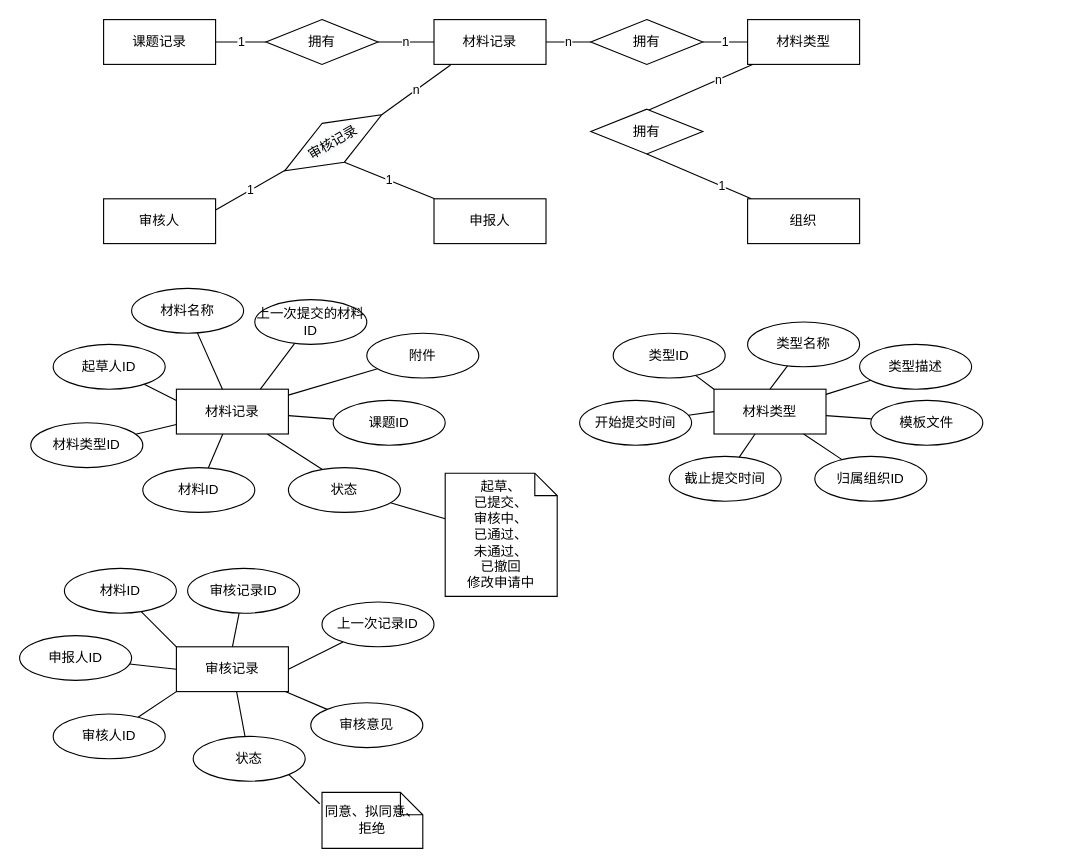
FdfGithub/drawio keeps this draw.io diagram as page "材料服务" (4 of 6) of 毕设管理系统/ER模型图.drawio. Above is the earlier version. Source tidied: cells renumbered, new cells numbered last; positions are measured from the earlier drawing's top-left corner, leaving out a move shared by most shapes. Both pictures are drawn from the tidied source at 112%, with x=0, y=0 at pixel (19, 19).
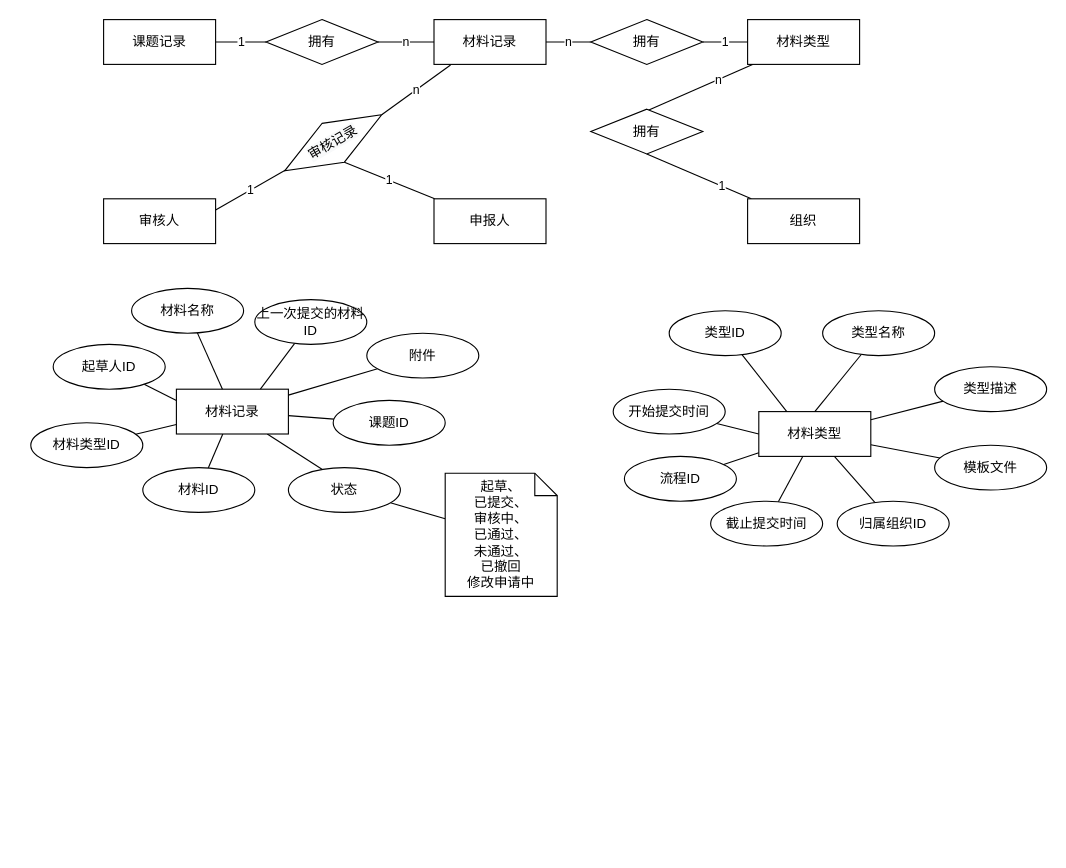
The same page after the edit.

Diff of the diagram source:
```diff
@@
     <mxCell id="22" value="材料类型" style="whiteSpace=wrap;html=1;align=center;" parent="1" vertex="1">
-      <mxGeometry x="620" y="330" width="100" height="40" as="geometry" />
+      <mxGeometry x="660" y="350" width="100" height="40" as="geometry" />
     </mxCell>
-    <mxCell id="23" style="edgeStyle=none;rounded=0;jettySize=auto;html=1;entryX=0;entryY=0;entryDx=0;entryDy=0;endArrow=none;endFill=0;" parent="1" edge="1" source="24" target="22">
+    <mxCell id="23" style="edgeStyle=none;rounded=0;jettySize=auto;html=1;entryX=0.25;entryY=0;entryDx=0;entryDy=0;endArrow=none;endFill=0;" parent="1" edge="1" source="24" target="22">
       <mxGeometry relative="1" as="geometry" />
     </mxCell>
     <mxCell id="24" value="类型ID" style="ellipse;whiteSpace=wrap;html=1;align=center;" parent="1" vertex="1">
-      <mxGeometry x="530" y="280" width="100" height="40" as="geometry" />
+      <mxGeometry x="580" y="260" width="100" height="40" as="geometry" />
     </mxCell>
@@
     <mxCell id="27" value="类型名称" style="ellipse;whiteSpace=wrap;html=1;align=center;" parent="1" vertex="1">
-      <mxGeometry x="650" y="270" width="100" height="40" as="geometry" />
+      <mxGeometry x="717" y="260" width="100" height="40" as="geometry" />
     </mxCell>
@@
     <mxCell id="29" value="类型描述" style="ellipse;whiteSpace=wrap;html=1;align=center;" parent="1" vertex="1">
-      <mxGeometry x="750" y="290" width="100" height="40" as="geometry" />
+      <mxGeometry x="817" y="310" width="100" height="40" as="geometry" />
     </mxCell>
@@
     <mxCell id="31" value="开始提交时间" style="ellipse;whiteSpace=wrap;html=1;align=center;" parent="1" vertex="1">
-      <mxGeometry x="500" y="340" width="100" height="40" as="geometry" />
+      <mxGeometry x="530" y="330" width="100" height="40" as="geometry" />
     </mxCell>
@@
     <mxCell id="33" value="截止提交时间" style="ellipse;whiteSpace=wrap;html=1;align=center;" parent="1" vertex="1">
-      <mxGeometry x="580" y="390" width="100" height="40" as="geometry" />
+      <mxGeometry x="617" y="430" width="100" height="40" as="geometry" />
     </mxCell>
@@
     <mxCell id="35" value="归属组织ID" style="ellipse;whiteSpace=wrap;html=1;align=center;" parent="1" vertex="1">
-      <mxGeometry x="710" y="390" width="100" height="40" as="geometry" />
+      <mxGeometry x="730" y="430" width="100" height="40" as="geometry" />
     </mxCell>
-    <mxCell id="36" style="edgeStyle=none;rounded=0;jettySize=auto;html=1;endArrow=none;endFill=0;" parent="1" edge="1" source="38" target="47">
-      <mxGeometry relative="1" as="geometry" />
-    </mxCell>
-    <mxCell id="37" style="edgeStyle=none;rounded=0;jettySize=auto;html=1;entryX=0;entryY=0;entryDx=0;entryDy=0;endArrow=none;endFill=0;" parent="1" edge="1" source="38" target="48">
-      <mxGeometry relative="1" as="geometry" />
-    </mxCell>
-    <mxCell id="38" value="审核记录" style="whiteSpace=wrap;html=1;align=center;" parent="1" vertex="1">
-      <mxGeometry x="140" y="560" width="100" height="40" as="geometry" />
-    </mxCell>
-    <mxCell id="39" style="edgeStyle=none;rounded=0;jettySize=auto;html=1;entryX=0;entryY=0;entryDx=0;entryDy=0;endArrow=none;endFill=0;" parent="1" edge="1" source="40" target="38">
-      <mxGeometry relative="1" as="geometry" />
-    </mxCell>
-    <mxCell id="40" value="材料ID" style="ellipse;whiteSpace=wrap;html=1;align=center;" parent="1" vertex="1">
-      <mxGeometry x="40" y="490" width="100" height="40" as="geometry" />
-    </mxCell>
-    <mxCell id="41" style="edgeStyle=none;rounded=0;jettySize=auto;html=1;entryX=0.5;entryY=0;entryDx=0;entryDy=0;endArrow=none;endFill=0;" parent="1" edge="1" source="42" target="38">
-      <mxGeometry relative="1" as="geometry" />
-    </mxCell>
-    <mxCell id="42" value="审核记录ID" style="ellipse;whiteSpace=wrap;html=1;align=center;" parent="1" vertex="1">
-      <mxGeometry x="150" y="490" width="100" height="40" as="geometry" />
-    </mxCell>
-    <mxCell id="43" style="edgeStyle=none;rounded=0;jettySize=auto;html=1;entryX=1;entryY=0.5;entryDx=0;entryDy=0;endArrow=none;endFill=0;" parent="1" edge="1" source="44" target="38">
-      <mxGeometry relative="1" as="geometry" />
-    </mxCell>
-    <mxCell id="44" value="上一次记录ID" style="ellipse;whiteSpace=wrap;html=1;align=center;" parent="1" vertex="1">
-      <mxGeometry x="270" y="520" width="100" height="40" as="geometry" />
-    </mxCell>
-    <mxCell id="45" style="edgeStyle=none;rounded=0;jettySize=auto;html=1;endArrow=none;endFill=0;" parent="1" edge="1" source="46">
-      <mxGeometry relative="1" as="geometry">
-        <mxPoint x="140" y="600" as="targetPoint" />
-      </mxGeometry>
-    </mxCell>
-    <mxCell id="46" value="审核人ID" style="ellipse;whiteSpace=wrap;html=1;align=center;" parent="1" vertex="1">
-      <mxGeometry x="30" y="620" width="100" height="40" as="geometry" />
-    </mxCell>
-    <mxCell id="47" value="状态" style="ellipse;whiteSpace=wrap;html=1;align=center;" parent="1" vertex="1">
-      <mxGeometry x="155" y="640" width="100" height="40" as="geometry" />
-    </mxCell>
-    <mxCell id="48" value="审核意见" style="ellipse;whiteSpace=wrap;html=1;align=center;" parent="1" vertex="1">
-      <mxGeometry x="260" y="610" width="100" height="40" as="geometry" />
-    </mxCell>
-    <mxCell id="49" style="edgeStyle=none;rounded=0;jettySize=auto;html=1;entryX=1;entryY=1;entryDx=0;entryDy=0;endArrow=none;endFill=0;exitX=-0.023;exitY=0.203;exitDx=0;exitDy=0;exitPerimeter=0;" parent="1" edge="1" source="50" target="47">
-      <mxGeometry relative="1" as="geometry" />
-    </mxCell>
-    <mxCell id="50" value="同意、拟同意、拒绝" style="shape=note;size=20;whiteSpace=wrap;html=1;" parent="1" vertex="1">
-      <mxGeometry x="270" y="690" width="90" height="50" as="geometry" />
-    </mxCell>
@@
-    <mxCell id="57" style="edgeStyle=none;rounded=0;jettySize=auto;html=1;entryX=0;entryY=0.5;entryDx=0;entryDy=0;endArrow=none;endFill=0;" parent="1" edge="1" source="58" target="38">
-      <mxGeometry relative="1" as="geometry" />
-    </mxCell>
-    <mxCell id="58" value="申报人ID" style="ellipse;whiteSpace=wrap;html=1;align=center;" parent="1" vertex="1">
-      <mxGeometry y="550" width="100" height="40" as="geometry" />
-    </mxCell>
@@
     <mxCell id="71" value="模板文件" style="ellipse;whiteSpace=wrap;html=1;align=center;" parent="1" vertex="1">
-      <mxGeometry x="760" y="340" width="100" height="40" as="geometry" />
+      <mxGeometry x="817" y="380" width="100" height="40" as="geometry" />
     </mxCell>
@@
+    <mxCell id="74" style="edgeStyle=none;rounded=0;jettySize=auto;html=1;endArrow=none;endFill=0;" parent="1" edge="1" source="75" target="22">
+      <mxGeometry relative="1" as="geometry" />
+    </mxCell>
+    <mxCell id="75" value="流程ID" style="ellipse;whiteSpace=wrap;html=1;align=center;" parent="1" vertex="1">
+      <mxGeometry x="540" y="390" width="100" height="40" as="geometry" />
+    </mxCell>
```
